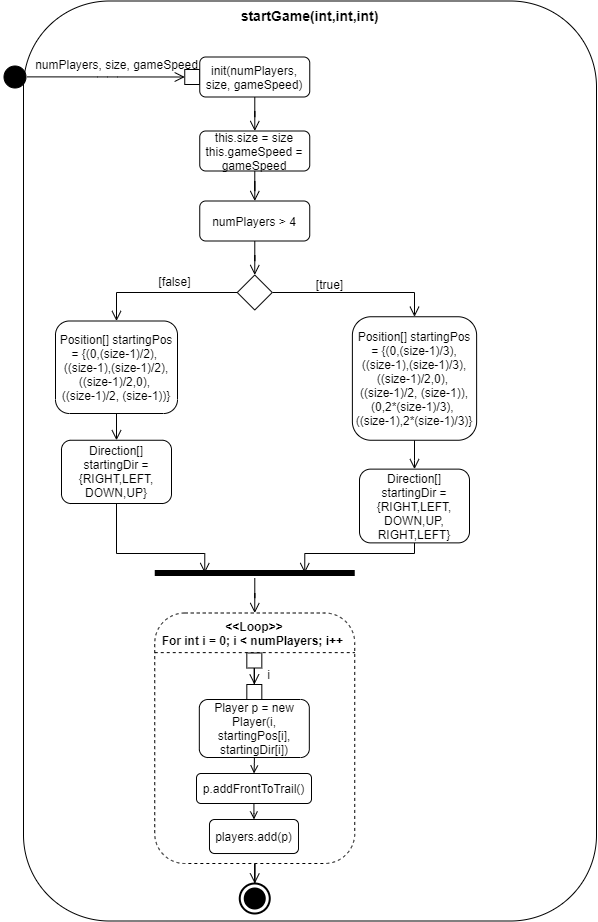
Before: Doku/images/AD_startGame.png, a diagram exported from draw.io (KjellooMelloo/gameoftrons). Source tidied: cells renumbered, new cells last; positions are measured from the earlier drawing's top-left corner, leaving out a move shared by most shapes.
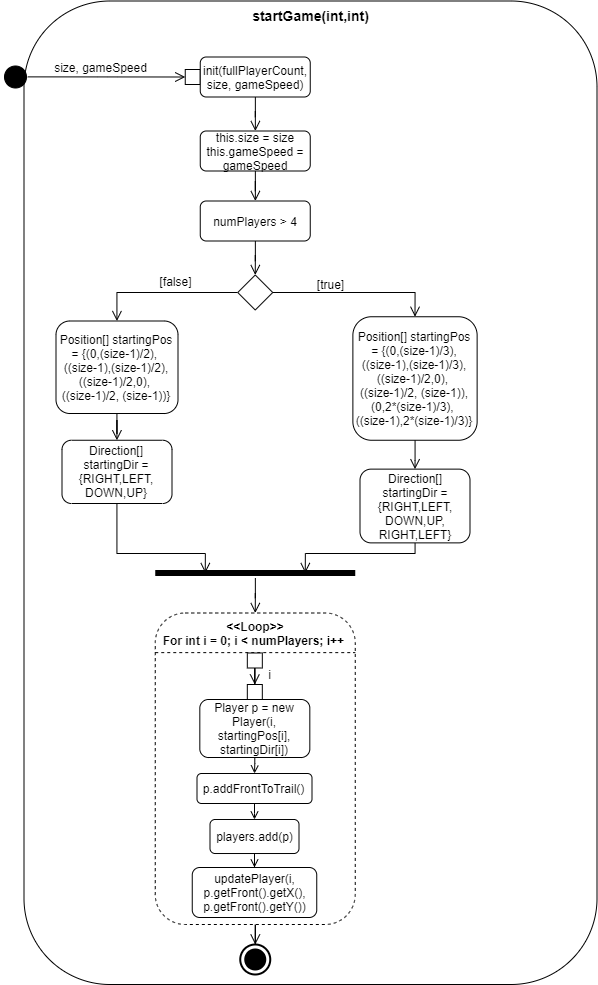
After the commit.

Commit message:
Lobby, Timer in Model BST; updatePlayer in startGame

Change to the diagram source:
```diff
@@ -2,8 +2,8 @@
   <root>
     <mxCell id="0" />
     <mxCell id="1" parent="0" />
-    <mxCell id="2" value="&lt;b&gt;&lt;font style=&quot;font-size: 14px&quot;&gt;startGame(int,int,int)&lt;/font&gt;&lt;/b&gt;" style="rounded=1;whiteSpace=wrap;html=1;align=center;verticalAlign=top;" parent="1" vertex="1">
-      <mxGeometry x="24" y="-0.5" width="573" height="920" as="geometry" />
+    <mxCell id="2" value="&lt;b&gt;&lt;font style=&quot;font-size: 14px&quot;&gt;startGame(int,int)&lt;/font&gt;&lt;/b&gt;" style="rounded=1;whiteSpace=wrap;html=1;align=center;verticalAlign=top;" parent="1" vertex="1">
+      <mxGeometry x="24" y="-0.5" width="573" height="983.5" as="geometry" />
     </mxCell>
     <mxCell id="3" style="ellipse;html=1;shape=startState;fillColor=#000000;strokeColor=#000000;align=center;" parent="1" vertex="1">
       <mxGeometry x="0.5" y="60.5" width="30" height="30" as="geometry" />
@@ -14,13 +14,13 @@
     <mxCell id="5" style="rounded=0;whiteSpace=wrap;html=1;strokeColor=#000000;align=center;" parent="1" vertex="1">
       <mxGeometry x="185.3" y="68" width="15" height="15" as="geometry" />
     </mxCell>
-    <mxCell id="6" value="numPlayers, size, gameSpeed" style="text;html=1;align=center;verticalAlign=middle;" parent="1" vertex="1">
-      <mxGeometry x="27" y="53" width="180" height="20" as="geometry" />
+    <mxCell id="6" value="size, gameSpeed" style="text;html=1;align=center;verticalAlign=middle;" parent="1" vertex="1">
+      <mxGeometry x="45.2" y="55.5" width="110" height="20" as="geometry" />
     </mxCell>
     <mxCell id="7" style="edgeStyle=orthogonalEdgeStyle;rounded=0;jettySize=auto;html=1;startArrow=none;startFill=0;endArrow=open;endFill=0;endSize=8;" parent="1" edge="1" source="8" target="11">
       <mxGeometry relative="1" as="geometry" />
     </mxCell>
-    <mxCell id="8" value="init(numPlayers, size, gameSpeed)" style="shape=rect;html=1;rounded=1;whiteSpace=wrap;align=center;" parent="1" vertex="1">
+    <mxCell id="8" value="init(fullPlayerCount, size, gameSpeed)" style="shape=rect;html=1;rounded=1;whiteSpace=wrap;align=center;" parent="1" vertex="1">
       <mxGeometry x="200.2" y="55.5" width="110" height="40" as="geometry" />
     </mxCell>
     <mxCell id="9" style="edgeStyle=orthogonalEdgeStyle;rounded=0;jettySize=auto;html=1;startArrow=none;startFill=0;endArrow=open;endFill=0;endSize=8;exitX=0;exitY=0.5;exitDx=0;exitDy=0;" parent="1" edge="1" source="21" target="15">
@@ -94,7 +94,7 @@
       <mxGeometry relative="1" as="geometry" />
     </mxCell>
     <mxCell id="29" value="&lt;b&gt;&amp;lt;&amp;lt;Loop&amp;gt;&amp;gt;&lt;br&gt;For int i = 0; i &amp;lt; numPlayers; i++&amp;nbsp;&lt;br&gt;&lt;/b&gt;" style="shape=ext;rounded=1;html=1;whiteSpace=wrap;dashed=1;verticalAlign=top;align=center;" parent="1" vertex="1">
-      <mxGeometry x="155.2" y="611.5" width="200" height="250.5" as="geometry" />
+      <mxGeometry x="155.2" y="611.5" width="200" height="311.5" as="geometry" />
     </mxCell>
     <mxCell id="30" style="endArrow=none;dashed=1;html=1;exitX=0;exitY=0.25;exitDx=0;exitDy=0;entryX=1;entryY=0.25;entryDx=0;entryDy=0;" parent="1" edge="1">
       <mxGeometry relative="1" as="geometry">
@@ -128,9 +128,9 @@
       <mxGeometry x="199.8" y="698" width="110" height="58" as="geometry" />
     </mxCell>
     <mxCell id="37" style="html=1;shape=mxgraph.sysml.actFinal;strokeWidth=2;verticalLabelPosition=bottom;verticalAlignment=top;align=center;rounded=0;" parent="1" vertex="1">
-      <mxGeometry x="240.2" y="882" width="30" height="30" as="geometry" />
+      <mxGeometry x="240.2" y="943" width="30" height="30" as="geometry" />
     </mxCell>
-    <mxCell id="38" style="edgeStyle=orthogonalEdgeStyle;rounded=0;jettySize=auto;html=1;entryX=0.5;entryY=0;entryDx=0;entryDy=0;endArrow=open;endFill=0;" parent="1" edge="1" source="39" target="40">
+    <mxCell id="38" style="edgeStyle=orthogonalEdgeStyle;rounded=0;jettySize=auto;html=1;entryX=0.5;entryY=0;entryDx=0;entryDy=0;endArrow=open;endFill=0;" parent="1" edge="1" source="39" target="41">
       <mxGeometry relative="1" as="geometry">
         <Array as="points">
           <mxPoint x="255" y="812" />
@@ -141,11 +141,17 @@
     <mxCell id="39" value="p.addFrontToTrail()" style="shape=rect;html=1;rounded=1;whiteSpace=wrap;align=center;" parent="1" vertex="1">
       <mxGeometry x="197" y="772" width="115" height="30" as="geometry" />
     </mxCell>
-    <mxCell id="40" value="players.add(p)" style="shape=rect;html=1;rounded=1;whiteSpace=wrap;align=center;" parent="1" vertex="1">
-      <mxGeometry x="210" y="818" width="89" height="34" as="geometry" />
+    <mxCell id="40" style="edgeStyle=orthogonalEdgeStyle;rounded=0;jettySize=auto;html=1;entryX=0.5;entryY=0;entryDx=0;entryDy=0;endArrow=open;endFill=0;endSize=6;" parent="1" edge="1" source="41" target="43">
+      <mxGeometry relative="1" as="geometry" />
     </mxCell>
-    <mxCell id="41" style="edgeStyle=orthogonalEdgeStyle;rounded=0;orthogonalLoop=1;jettySize=auto;html=1;exitX=0.5;exitY=1;exitDx=0;exitDy=0;" parent="1" edge="1" source="39" target="39">
-      <mxGeometry relative="1" as="geometry" />
+    <mxCell id="41" value="players.add(p)" style="shape=rect;html=1;rounded=1;whiteSpace=wrap;align=center;" parent="1" vertex="1">
+      <mxGeometry x="210" y="818" width="89" height="34" as="geometry" />
     </mxCell>
+    <mxCell id="42" style="edgeStyle=orthogonalEdgeStyle;rounded=0;orthogonalLoop=1;jettySize=auto;html=1;exitX=0.5;exitY=1;exitDx=0;exitDy=0;" parent="1" edge="1" source="39" target="39">
+      <mxGeometry relative="1" as="geometry" />
+    </mxCell>
+    <mxCell id="43" value="updatePlayer(i, p.getFront().getX(), p.getFront().getY())" style="shape=rect;html=1;rounded=1;whiteSpace=wrap;align=center;" parent="1" vertex="1">
+      <mxGeometry x="192.2" y="866" width="124.5" height="50" as="geometry" />
+    </mxCell>
   </root>
 </mxGraphModel>
```
